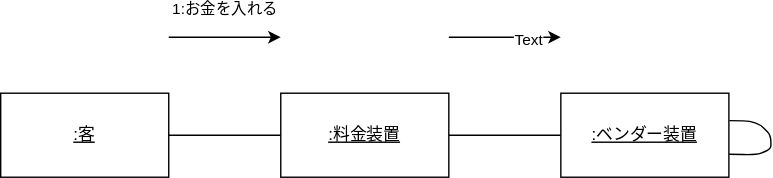
Earlier version of the draw.io export 演習6-4-4_コミュニケーション図_自動販売機.drawio.svg (Takhshi/uml-introduction). Source tidied: cells renumbered, new cells last; positions are measured from the earlier drawing's top-left corner, leaving out a move shared by most shapes.
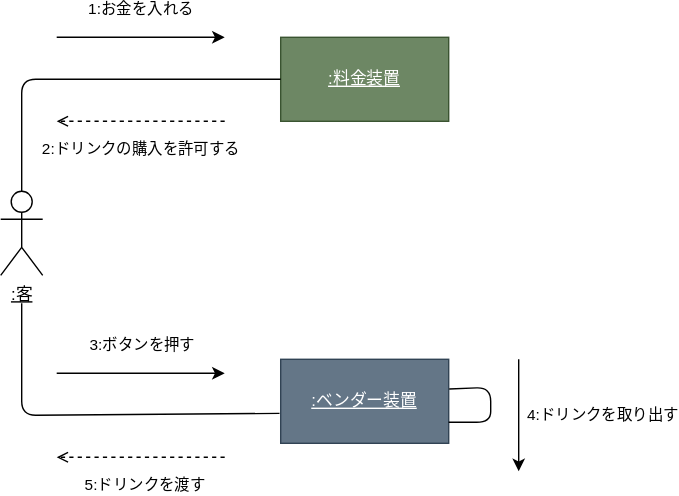
Later version of the same file.

Diff of the diagram source:
```diff
@@ -2,50 +2,92 @@
   <root>
     <mxCell id="0" />
     <mxCell id="1" parent="0" />
-    <mxCell id="2" style="edgeStyle=none;html=1;endArrow=none;endFill=0;" parent="1" edge="1" source="3" target="5">
-      <mxGeometry relative="1" as="geometry" />
-    </mxCell>
-    <mxCell id="3" value="&lt;u&gt;:客&lt;/u&gt;" style="rounded=0;whiteSpace=wrap;html=1;" parent="1" vertex="1">
-      <mxGeometry y="40" width="120" height="60" as="geometry" />
-    </mxCell>
-    <mxCell id="4" style="edgeStyle=none;html=1;endArrow=none;endFill=0;" parent="1" edge="1" source="5" target="6">
-      <mxGeometry relative="1" as="geometry" />
-    </mxCell>
-    <mxCell id="5" value="&lt;u&gt;:料金装置&lt;/u&gt;" style="rounded=0;whiteSpace=wrap;html=1;" parent="1" vertex="1">
-      <mxGeometry x="200" y="40" width="120" height="60" as="geometry" />
+    <mxCell id="5" value="&lt;u&gt;:料金装置&lt;/u&gt;" style="rounded=0;whiteSpace=wrap;html=1;fillColor=#6d8764;strokeColor=#3A5431;fontColor=#ffffff;" parent="1" vertex="1">
+      <mxGeometry x="280" y="-70" width="120" height="60" as="geometry" />
     </mxCell>
-    <mxCell id="6" value="&lt;u&gt;:ベンダー装置&lt;/u&gt;" style="rounded=0;whiteSpace=wrap;html=1;" parent="1" vertex="1">
-      <mxGeometry x="400" y="40" width="120" height="60" as="geometry" />
+    <mxCell id="6" value="&lt;u&gt;:ベンダー装置&lt;/u&gt;" style="rounded=0;whiteSpace=wrap;html=1;fillColor=#647687;fontColor=#ffffff;strokeColor=#314354;" parent="1" vertex="1">
+      <mxGeometry x="280" y="160" width="120" height="60" as="geometry" />
     </mxCell>
-    <mxCell id="7" style="edgeStyle=none;html=1;entryX=1.002;entryY=0.727;entryDx=0;entryDy=0;endArrow=none;endFill=0;exitX=1.003;exitY=0.326;exitDx=0;exitDy=0;exitPerimeter=0;entryPerimeter=0;" parent="1" edge="1" source="6" target="6">
-      <mxGeometry relative="1" as="geometry">
-        <Array as="points">
-          <mxPoint x="540" y="60" />
-          <mxPoint x="550" y="70" />
-          <mxPoint x="550" y="80" />
-          <mxPoint x="540" y="84" />
-        </Array>
-      </mxGeometry>
-    </mxCell>
     <mxCell id="8" style="endArrow=classic;html=1;" parent="1" edge="1">
       <mxGeometry relative="1" as="geometry">
-        <mxPoint x="120" as="sourcePoint" />
-        <mxPoint x="200" as="targetPoint" />
+        <mxPoint x="120" y="-70" as="sourcePoint" />
+        <mxPoint x="240" y="-70" as="targetPoint" />
       </mxGeometry>
     </mxCell>
     <mxCell id="9" value="1:お金を入れる" style="edgeLabel;html=1;align=center;verticalAlign=middle;" parent="8" vertex="1">
       <mxGeometry x="0.2" y="-2" relative="1" as="geometry">
-        <mxPoint x="-8" y="-22" as="offset" />
+        <mxPoint x="-12" y="-22" as="offset" />
       </mxGeometry>
     </mxCell>
     <mxCell id="10" style="endArrow=classic;html=1;" parent="1" edge="1">
       <mxGeometry relative="1" as="geometry">
-        <mxPoint x="320" as="sourcePoint" />
-        <mxPoint x="400" as="targetPoint" />
+        <mxPoint x="120" y="170" as="sourcePoint" />
+        <mxPoint x="240" y="170" as="targetPoint" />
       </mxGeometry>
     </mxCell>
-    <mxCell id="11" value="Text" style="edgeLabel;html=1;align=center;verticalAlign=middle;" parent="10" vertex="1">
-      <mxGeometry x="0.42" y="-2" relative="1" as="geometry" />
+    <mxCell id="11" value="3:ボタンを押す" style="edgeLabel;html=1;align=center;verticalAlign=middle;" parent="10" vertex="1">
+      <mxGeometry x="0.42" y="-2" relative="1" as="geometry">
+        <mxPoint x="-25" y="-22" as="offset" />
+      </mxGeometry>
     </mxCell>
+    <mxCell id="12" style="endArrow=classic;html=1;" parent="1" edge="1">
+      <mxGeometry relative="1" as="geometry">
+        <mxPoint x="450" y="160" as="sourcePoint" />
+        <mxPoint x="450" y="240" as="targetPoint" />
+      </mxGeometry>
+    </mxCell>
+    <mxCell id="13" value="4:ドリンクを取り出す" style="edgeLabel;html=1;align=center;verticalAlign=middle;" parent="12" vertex="1">
+      <mxGeometry x="0.29" relative="1" as="geometry">
+        <mxPoint x="60" y="-12" as="offset" />
+      </mxGeometry>
+    </mxCell>
+    <mxCell id="14" style="endArrow=open;html=1;endFill=0;dashed=1;" parent="1" edge="1">
+      <mxGeometry relative="1" as="geometry">
+        <mxPoint x="240" y="230" as="sourcePoint" />
+        <mxPoint x="120" y="230" as="targetPoint" />
+      </mxGeometry>
+    </mxCell>
+    <mxCell id="15" value="5:ドリンクを渡す" style="edgeLabel;html=1;align=center;verticalAlign=middle;" parent="14" vertex="1">
+      <mxGeometry x="-0.14" y="2" relative="1" as="geometry">
+        <mxPoint x="-6" y="18" as="offset" />
+      </mxGeometry>
+    </mxCell>
+    <mxCell id="2" style="edgeStyle=none;html=1;endArrow=none;endFill=0;entryX=0;entryY=0.5;entryDx=0;entryDy=0;" parent="1" edge="1" source="3" target="5">
+      <mxGeometry relative="1" as="geometry">
+        <Array as="points">
+          <mxPoint x="95" y="-40" />
+        </Array>
+      </mxGeometry>
+    </mxCell>
+    <mxCell id="16" style="edgeStyle=none;html=1;entryX=-0.007;entryY=0.644;entryDx=0;entryDy=0;entryPerimeter=0;endArrow=none;endFill=0;" parent="1" edge="1" target="6">
+      <mxGeometry relative="1" as="geometry">
+        <mxPoint x="95" y="120" as="sourcePoint" />
+        <Array as="points">
+          <mxPoint x="95" y="200" />
+        </Array>
+      </mxGeometry>
+    </mxCell>
+    <mxCell id="3" value="&lt;u&gt;:客&lt;/u&gt;" style="shape=umlActor;verticalLabelPosition=bottom;verticalAlign=top;html=1;outlineConnect=0;" parent="1" vertex="1">
+      <mxGeometry x="80" y="40" width="30" height="60" as="geometry" />
+    </mxCell>
+    <mxCell id="17" style="endArrow=open;html=1;endFill=0;dashed=1;" parent="1" edge="1">
+      <mxGeometry relative="1" as="geometry">
+        <mxPoint x="240" y="-10" as="sourcePoint" />
+        <mxPoint x="120" y="-10" as="targetPoint" />
+      </mxGeometry>
+    </mxCell>
+    <mxCell id="18" value="2:ドリンクの購入を許可する" style="edgeLabel;html=1;align=center;verticalAlign=middle;" parent="17" vertex="1">
+      <mxGeometry x="-0.28" relative="1" as="geometry">
+        <mxPoint x="-17" y="20" as="offset" />
+      </mxGeometry>
+    </mxCell>
+    <mxCell id="7" style="edgeStyle=none;html=1;entryX=1;entryY=0.75;entryDx=0;entryDy=0;endArrow=none;endFill=0;exitX=1.003;exitY=0.354;exitDx=0;exitDy=0;exitPerimeter=0;" parent="1" edge="1" source="6" target="6">
+      <mxGeometry relative="1" as="geometry">
+        <Array as="points">
+          <mxPoint x="430" y="180" />
+          <mxPoint x="430" y="205" />
+        </Array>
+      </mxGeometry>
+    </mxCell>
   </root>
 </mxGraphModel>
```
